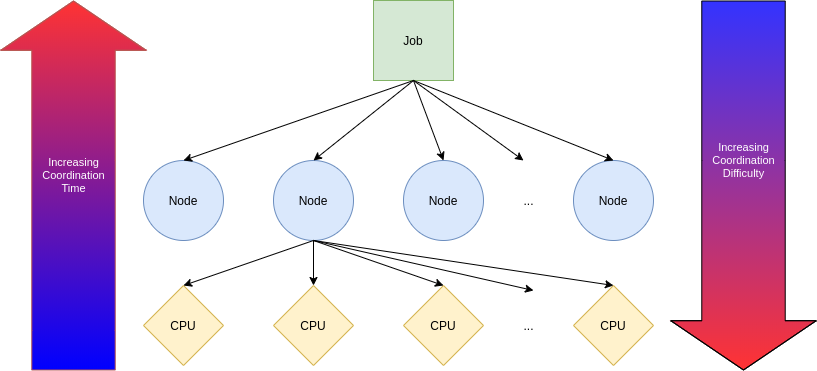
The draw.io diagram assets/SPMDSchematic.png in cmhyett/SPMD, before a commit. Source tidied: cells renumbered, new cells last; positions are measured from the earlier drawing's top-left corner, leaving out a move shared by most shapes. Source of this version:
```xml
<mxGraphModel>
  <root>
    <mxCell id="0" />
    <mxCell id="1" parent="0" />
    <mxCell id="2" value="Job" style="whiteSpace=wrap;html=1;fillColor=#d5e8d4;strokeColor=#82b366;" parent="1" vertex="1">
      <mxGeometry x="300" width="80" height="80" as="geometry" />
    </mxCell>
    <mxCell id="3" value="Node" style="ellipse;whiteSpace=wrap;html=1;fillColor=#dae8fc;strokeColor=#6c8ebf;" parent="1" vertex="1">
      <mxGeometry x="70" y="160" width="80" height="80" as="geometry" />
    </mxCell>
    <mxCell id="4" value="Node" style="ellipse;whiteSpace=wrap;html=1;fillColor=#dae8fc;strokeColor=#6c8ebf;" parent="1" vertex="1">
      <mxGeometry x="200" y="160" width="80" height="80" as="geometry" />
    </mxCell>
    <mxCell id="5" value="Node" style="ellipse;whiteSpace=wrap;html=1;fillColor=#dae8fc;strokeColor=#6c8ebf;" parent="1" vertex="1">
      <mxGeometry x="330" y="160" width="80" height="80" as="geometry" />
    </mxCell>
    <mxCell id="6" value="..." style="text;html=1;align=center;verticalAlign=middle;" parent="1" vertex="1">
      <mxGeometry x="440" y="190" width="30" height="20" as="geometry" />
    </mxCell>
    <mxCell id="7" value="Node" style="ellipse;whiteSpace=wrap;html=1;fillColor=#dae8fc;strokeColor=#6c8ebf;" parent="1" vertex="1">
      <mxGeometry x="500" y="160" width="80" height="80" as="geometry" />
    </mxCell>
    <mxCell id="8" value="CPU" style="rhombus;whiteSpace=wrap;html=1;fillColor=#fff2cc;strokeColor=#d6b656;" parent="1" vertex="1">
      <mxGeometry x="70" y="285" width="80" height="80" as="geometry" />
    </mxCell>
    <mxCell id="9" value="CPU" style="rhombus;whiteSpace=wrap;html=1;fillColor=#fff2cc;strokeColor=#d6b656;" parent="1" vertex="1">
      <mxGeometry x="200" y="285" width="80" height="80" as="geometry" />
    </mxCell>
    <mxCell id="10" value="CPU" style="rhombus;whiteSpace=wrap;html=1;fillColor=#fff2cc;strokeColor=#d6b656;" parent="1" vertex="1">
      <mxGeometry x="330" y="285" width="80" height="80" as="geometry" />
    </mxCell>
    <mxCell id="11" value="CPU" style="rhombus;whiteSpace=wrap;html=1;fillColor=#fff2cc;strokeColor=#d6b656;" parent="1" vertex="1">
      <mxGeometry x="500" y="285" width="80" height="80" as="geometry" />
    </mxCell>
    <mxCell id="12" value="..." style="text;html=1;align=center;verticalAlign=middle;" parent="1" vertex="1">
      <mxGeometry x="440" y="315" width="30" height="20" as="geometry" />
    </mxCell>
    <mxCell id="13" style="endArrow=classic;html=1;exitX=0.5;exitY=1;exitDx=0;exitDy=0;entryX=0.5;entryY=0;entryDx=0;entryDy=0;" parent="1" edge="1" source="2" target="3">
      <mxGeometry relative="1" as="geometry" />
    </mxCell>
    <mxCell id="14" style="endArrow=classic;html=1;exitX=0.5;exitY=1;exitDx=0;exitDy=0;entryX=0.5;entryY=0;entryDx=0;entryDy=0;" parent="1" edge="1" source="2" target="4">
      <mxGeometry relative="1" as="geometry" />
    </mxCell>
    <mxCell id="15" style="endArrow=classic;html=1;exitX=0.5;exitY=1;exitDx=0;exitDy=0;entryX=0.5;entryY=0;entryDx=0;entryDy=0;" parent="1" edge="1" source="2" target="5">
      <mxGeometry relative="1" as="geometry" />
    </mxCell>
    <mxCell id="16" style="endArrow=classic;html=1;exitX=0.5;exitY=1;exitDx=0;exitDy=0;" parent="1" edge="1" source="2">
      <mxGeometry relative="1" as="geometry">
        <mxPoint x="450" y="160" as="targetPoint" />
      </mxGeometry>
    </mxCell>
    <mxCell id="17" style="endArrow=classic;html=1;exitX=0.5;exitY=1;exitDx=0;exitDy=0;entryX=0.5;entryY=0;entryDx=0;entryDy=0;" parent="1" edge="1" source="2" target="7">
      <mxGeometry relative="1" as="geometry" />
    </mxCell>
    <mxCell id="18" style="endArrow=classic;html=1;exitX=0.5;exitY=1;exitDx=0;exitDy=0;entryX=0.5;entryY=0;entryDx=0;entryDy=0;" parent="1" edge="1" source="4" target="8">
      <mxGeometry relative="1" as="geometry" />
    </mxCell>
    <mxCell id="19" style="endArrow=classic;html=1;entryX=0.5;entryY=0;entryDx=0;entryDy=0;" parent="1" edge="1" target="9">
      <mxGeometry relative="1" as="geometry">
        <mxPoint x="240" y="240" as="sourcePoint" />
      </mxGeometry>
    </mxCell>
    <mxCell id="20" style="endArrow=classic;html=1;entryX=0.5;entryY=0;entryDx=0;entryDy=0;" parent="1" edge="1" target="10">
      <mxGeometry relative="1" as="geometry">
        <mxPoint x="240" y="240" as="sourcePoint" />
      </mxGeometry>
    </mxCell>
    <mxCell id="21" style="endArrow=classic;html=1;exitX=0.5;exitY=1;exitDx=0;exitDy=0;" parent="1" edge="1" source="4">
      <mxGeometry relative="1" as="geometry">
        <mxPoint x="460" y="290" as="targetPoint" />
      </mxGeometry>
    </mxCell>
    <mxCell id="22" style="endArrow=classic;html=1;entryX=0.5;entryY=0;entryDx=0;entryDy=0;" parent="1" edge="1" target="11">
      <mxGeometry relative="1" as="geometry">
        <mxPoint x="240" y="240" as="sourcePoint" />
      </mxGeometry>
    </mxCell>
    <mxCell id="23" style="shape=flexArrow;endArrow=classic;html=1;endWidth=61.046373365041624;endSize=16.10344827586207;width=83.44827586206897;fillColor=#FF3333;strokeColor=#b85450;gradientColor=#0000FF;" parent="1" edge="1">
      <mxGeometry relative="1" as="geometry">
        <mxPoint y="370" as="sourcePoint" />
        <mxPoint as="targetPoint" />
        <Array as="points">
          <mxPoint y="330" />
          <mxPoint y="160" />
        </Array>
      </mxGeometry>
    </mxCell>
    <mxCell id="24" value="Increasing&lt;br&gt;Coordination&lt;br&gt;Time" style="edgeLabel;html=1;align=center;verticalAlign=middle;labelBackgroundColor=none;fontColor=#FFFFFF;" parent="23" vertex="1">
      <mxGeometry x="0.02" y="20" relative="1" as="geometry">
        <mxPoint x="20" y="-6.7" as="offset" />
      </mxGeometry>
    </mxCell>
    <mxCell id="25" style="shape=flexArrow;endArrow=classic;html=1;endWidth=61.046373365041624;endSize=16.10344827586207;width=83.44827586206897;fillColor=#3333FF;gradientColor=#FF3333;gradientDirection=south;" parent="1" edge="1">
      <mxGeometry relative="1" as="geometry">
        <mxPoint x="670" as="sourcePoint" />
        <mxPoint x="670" y="370" as="targetPoint" />
        <Array as="points">
          <mxPoint x="670" y="330" />
          <mxPoint x="670" y="160" />
        </Array>
      </mxGeometry>
    </mxCell>
    <mxCell id="26" value="Increasing&lt;br&gt;Coordination&lt;br&gt;Difficulty" style="edgeLabel;html=1;align=center;verticalAlign=middle;labelBackgroundColor=none;fontColor=#FFFFFF;" parent="25" vertex="1">
      <mxGeometry x="0.41" y="-34" relative="1" as="geometry">
        <mxPoint x="34" as="offset" />
      </mxGeometry>
    </mxCell>
  </root>
</mxGraphModel>
```
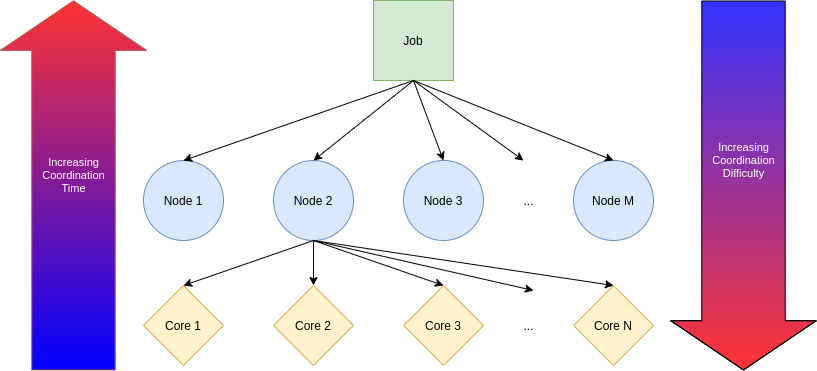
Later version of the same file.

Commit message:
homogenizing terminology

The edit, as a diff of the source:
```diff
@@ -5,31 +5,31 @@
     <mxCell id="2" value="Job" style="whiteSpace=wrap;html=1;fillColor=#d5e8d4;strokeColor=#82b366;" parent="1" vertex="1">
       <mxGeometry x="300" width="80" height="80" as="geometry" />
     </mxCell>
-    <mxCell id="3" value="Node" style="ellipse;whiteSpace=wrap;html=1;fillColor=#dae8fc;strokeColor=#6c8ebf;" parent="1" vertex="1">
+    <mxCell id="3" value="Node 1" style="ellipse;whiteSpace=wrap;html=1;fillColor=#dae8fc;strokeColor=#6c8ebf;" parent="1" vertex="1">
       <mxGeometry x="70" y="160" width="80" height="80" as="geometry" />
     </mxCell>
-    <mxCell id="4" value="Node" style="ellipse;whiteSpace=wrap;html=1;fillColor=#dae8fc;strokeColor=#6c8ebf;" parent="1" vertex="1">
+    <mxCell id="4" value="Node 2" style="ellipse;whiteSpace=wrap;html=1;fillColor=#dae8fc;strokeColor=#6c8ebf;" parent="1" vertex="1">
       <mxGeometry x="200" y="160" width="80" height="80" as="geometry" />
     </mxCell>
-    <mxCell id="5" value="Node" style="ellipse;whiteSpace=wrap;html=1;fillColor=#dae8fc;strokeColor=#6c8ebf;" parent="1" vertex="1">
+    <mxCell id="5" value="Node 3" style="ellipse;whiteSpace=wrap;html=1;fillColor=#dae8fc;strokeColor=#6c8ebf;" parent="1" vertex="1">
       <mxGeometry x="330" y="160" width="80" height="80" as="geometry" />
     </mxCell>
     <mxCell id="6" value="..." style="text;html=1;align=center;verticalAlign=middle;" parent="1" vertex="1">
       <mxGeometry x="440" y="190" width="30" height="20" as="geometry" />
     </mxCell>
-    <mxCell id="7" value="Node" style="ellipse;whiteSpace=wrap;html=1;fillColor=#dae8fc;strokeColor=#6c8ebf;" parent="1" vertex="1">
+    <mxCell id="7" value="Node M" style="ellipse;whiteSpace=wrap;html=1;fillColor=#dae8fc;strokeColor=#6c8ebf;" parent="1" vertex="1">
       <mxGeometry x="500" y="160" width="80" height="80" as="geometry" />
     </mxCell>
-    <mxCell id="8" value="CPU" style="rhombus;whiteSpace=wrap;html=1;fillColor=#fff2cc;strokeColor=#d6b656;" parent="1" vertex="1">
+    <mxCell id="8" value="Core 1" style="rhombus;whiteSpace=wrap;html=1;fillColor=#fff2cc;strokeColor=#d6b656;" parent="1" vertex="1">
       <mxGeometry x="70" y="285" width="80" height="80" as="geometry" />
     </mxCell>
-    <mxCell id="9" value="CPU" style="rhombus;whiteSpace=wrap;html=1;fillColor=#fff2cc;strokeColor=#d6b656;" parent="1" vertex="1">
+    <mxCell id="9" value="Core 2" style="rhombus;whiteSpace=wrap;html=1;fillColor=#fff2cc;strokeColor=#d6b656;" parent="1" vertex="1">
       <mxGeometry x="200" y="285" width="80" height="80" as="geometry" />
     </mxCell>
-    <mxCell id="10" value="CPU" style="rhombus;whiteSpace=wrap;html=1;fillColor=#fff2cc;strokeColor=#d6b656;" parent="1" vertex="1">
+    <mxCell id="10" value="Core 3" style="rhombus;whiteSpace=wrap;html=1;fillColor=#fff2cc;strokeColor=#d6b656;" parent="1" vertex="1">
       <mxGeometry x="330" y="285" width="80" height="80" as="geometry" />
     </mxCell>
-    <mxCell id="11" value="CPU" style="rhombus;whiteSpace=wrap;html=1;fillColor=#fff2cc;strokeColor=#d6b656;" parent="1" vertex="1">
+    <mxCell id="11" value="Core N" style="rhombus;whiteSpace=wrap;html=1;fillColor=#fff2cc;strokeColor=#d6b656;" parent="1" vertex="1">
       <mxGeometry x="500" y="285" width="80" height="80" as="geometry" />
     </mxCell>
     <mxCell id="12" value="..." style="text;html=1;align=center;verticalAlign=middle;" parent="1" vertex="1">
```
